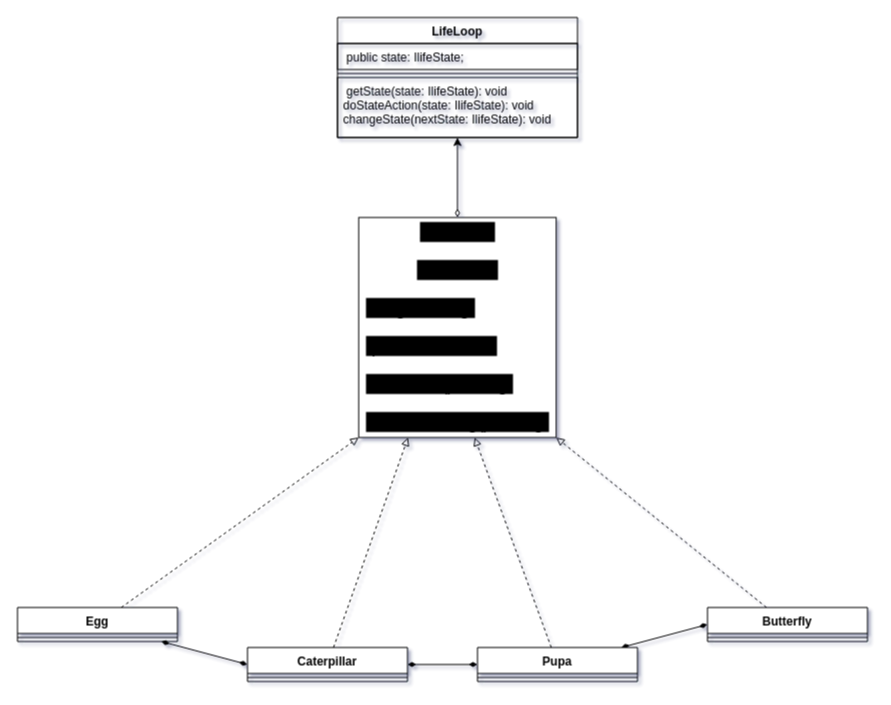
danil-jpg/MyPatterns keeps this draw.io diagram as Behaviour/State/state.drawio. Above is the earlier version. Source tidied: cells renumbered, new cells numbered last; positions are measured from the earlier drawing's top-left corner, leaving out a move shared by most shapes. Both pictures are drawn from the tidied source at 100%, with x=0, y=0 at pixel (17, 17).
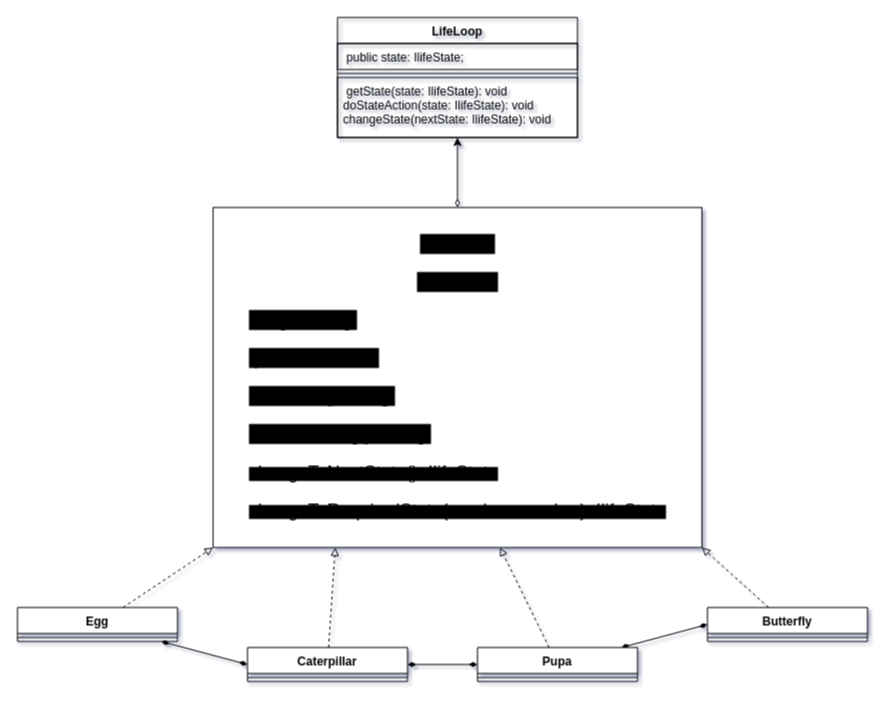
After the change.

What changed in the source:
```diff
@@
-    <mxCell id="22" value="&lt;p style=&quot;line-height: 24px&quot;&gt;&lt;span style=&quot;font-size: 18px ; background-color: rgb(0 , 0 , 0)&quot;&gt;&lt;b&gt;&lt;i&gt;Interface&lt;/i&gt;&lt;/b&gt;&lt;/span&gt;&lt;/p&gt;&lt;p style=&quot;line-height: 24px&quot;&gt;&lt;span style=&quot;font-size: 18px ; background-color: rgb(0 , 0 , 0)&quot;&gt;&lt;b&gt;&lt;i&gt;&amp;nbsp;IlifeState&lt;/i&gt;&lt;/b&gt;&lt;/span&gt;&lt;/p&gt;&lt;p style=&quot;text-align: left ; line-height: 24px&quot;&gt;&lt;span style=&quot;font-size: 18px ; background-color: rgb(0 , 0 , 0)&quot;&gt;&amp;nbsp;stage: string;&lt;/span&gt;&lt;/p&gt;&lt;p style=&quot;text-align: left ; line-height: 24px&quot;&gt;&lt;span style=&quot;font-size: 18px ; background-color: rgb(0 , 0 , 0)&quot;&gt;&amp;nbsp;phase: number;&lt;/span&gt;&lt;/p&gt;&lt;p style=&quot;text-align: left ; line-height: 24px&quot;&gt;&lt;span style=&quot;font-size: 18px ; background-color: rgb(0 , 0 , 0)&quot;&gt;&amp;nbsp;thisState(): string;&lt;/span&gt;&lt;/p&gt;&lt;p style=&quot;text-align: left ; line-height: 24px&quot;&gt;&lt;span style=&quot;font-size: 18px ; background-color: rgb(0 , 0 , 0)&quot;&gt;&amp;nbsp;doSomething(): string;&lt;/span&gt;&lt;br&gt;&lt;/p&gt;" style="html=1;align=center;" parent="1" vertex="1">
-      <mxGeometry x="341.2" y="200" width="197.5" height="220" as="geometry" />
+    <mxCell id="22" value="&lt;p style=&quot;line-height: 24px&quot;&gt;&lt;span style=&quot;font-size: 18px ; background-color: rgb(0 , 0 , 0)&quot;&gt;&lt;b&gt;&lt;i&gt;Interface&lt;/i&gt;&lt;/b&gt;&lt;/span&gt;&lt;/p&gt;&lt;p style=&quot;line-height: 24px&quot;&gt;&lt;span style=&quot;font-size: 18px ; background-color: rgb(0 , 0 , 0)&quot;&gt;&lt;b&gt;&lt;i&gt;&amp;nbsp;IlifeState&lt;/i&gt;&lt;/b&gt;&lt;/span&gt;&lt;/p&gt;&lt;p style=&quot;text-align: left ; line-height: 24px&quot;&gt;&lt;span style=&quot;font-size: 18px ; background-color: rgb(0 , 0 , 0)&quot;&gt;&amp;nbsp;stage: string;&lt;/span&gt;&lt;/p&gt;&lt;p style=&quot;text-align: left ; line-height: 24px&quot;&gt;&lt;span style=&quot;font-size: 18px ; background-color: rgb(0 , 0 , 0)&quot;&gt;&amp;nbsp;phase: number;&lt;/span&gt;&lt;/p&gt;&lt;p style=&quot;text-align: left ; line-height: 24px&quot;&gt;&lt;span style=&quot;font-size: 18px ; background-color: rgb(0 , 0 , 0)&quot;&gt;&amp;nbsp;thisState(): string;&lt;/span&gt;&lt;/p&gt;&lt;p style=&quot;text-align: left ; line-height: 24px&quot;&gt;&lt;span style=&quot;font-size: 18px ; background-color: rgb(0 , 0 , 0)&quot;&gt;&amp;nbsp;doSomething(): string;&lt;/span&gt;&lt;/p&gt;&lt;p style=&quot;text-align: left ; line-height: 24px&quot;&gt;&lt;span style=&quot;background-color: rgb(0, 0, 0);&quot;&gt;&lt;span style=&quot;font-size: 18px;&quot;&gt;changeToNextState(): IlifeState&lt;/span&gt;&lt;br&gt;&lt;/span&gt;&lt;/p&gt;&lt;p style=&quot;text-align: left ; line-height: 24px&quot;&gt;&lt;span style=&quot;background-color: rgb(0, 0, 0);&quot;&gt;&lt;span style=&quot;font-size: 18px;&quot;&gt;changeToRequiredState(number: number): IlifeState&lt;/span&gt;&lt;br&gt;&lt;/span&gt;&lt;/p&gt;" style="html=1;align=center;" parent="1" vertex="1">
+      <mxGeometry x="195.6" y="190" width="488.8" height="340" as="geometry" />
     </mxCell>
```
